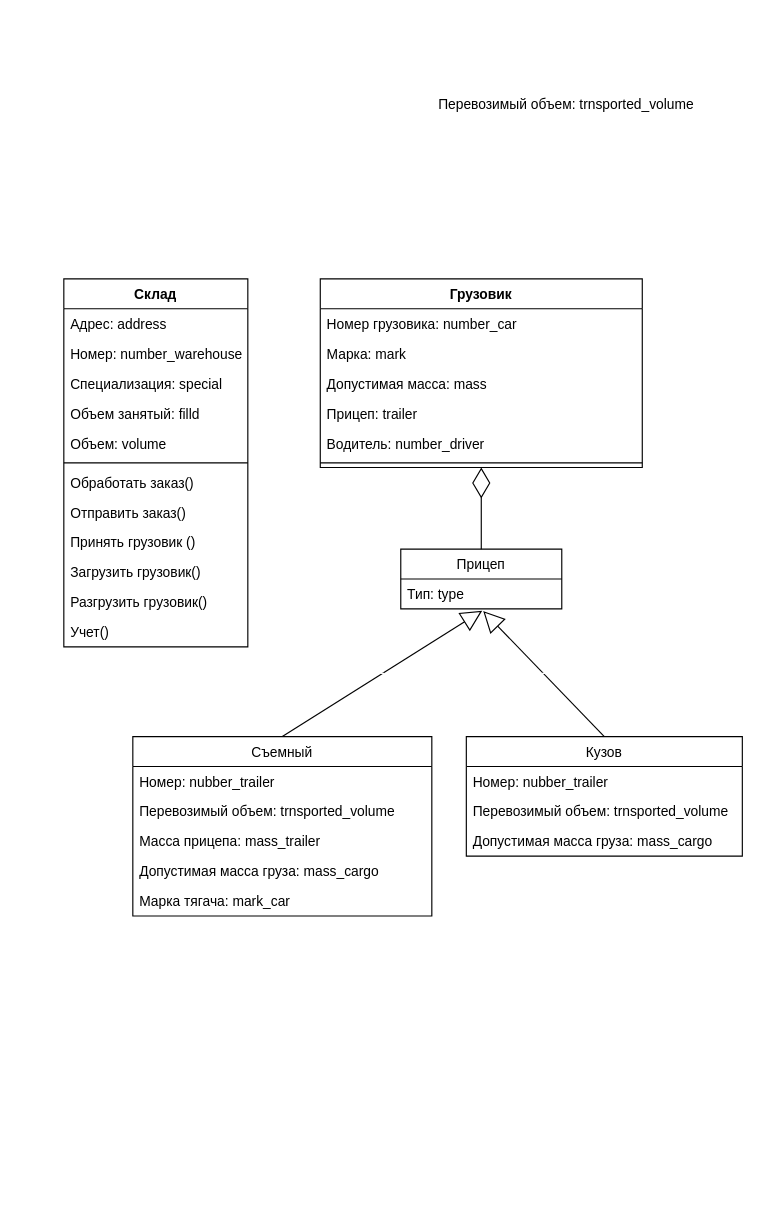
Skoft/App keeps this draw.io diagram as Untitled Diagram.drawio. Above is the earlier version. Source tidied: cells renumbered, new cells numbered last; positions are measured from the earlier drawing's top-left corner, leaving out a move shared by most shapes. Both pictures are drawn from the tidied source at 115%, with x=0, y=0 at pixel (63, 89).
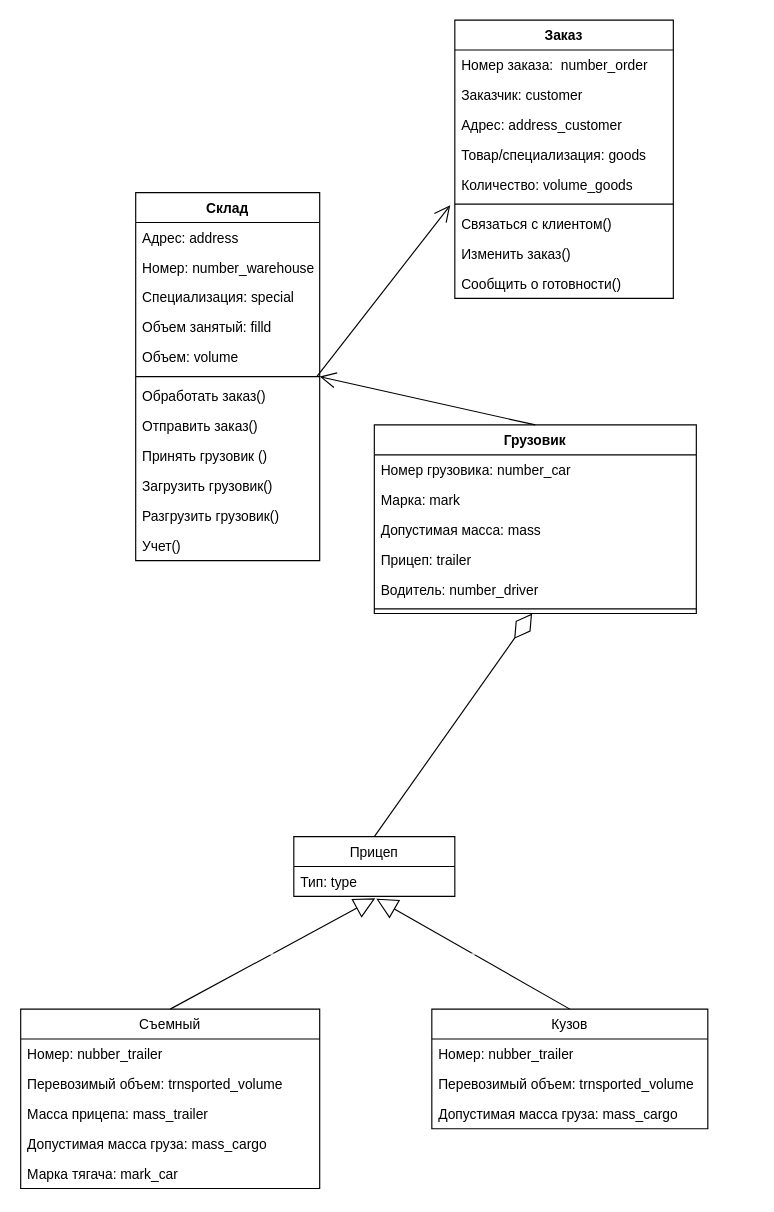
The same diagram, later.

What changed in the source:
```diff
@@
     <mxCell id="2" value="Склад" style="swimlane;fontStyle=1;align=center;verticalAlign=top;horizontal=1;startSize=26;" parent="1" vertex="1">
-      <mxGeometry y="165" width="160" height="320" as="geometry" />
+      <mxGeometry x="62.5" y="90" width="160" height="320" as="geometry" />
     </mxCell>
@@
     <mxCell id="15" value="Грузовик" style="swimlane;fontStyle=1;align=center;verticalAlign=top;horizontal=1;startSize=26;" parent="1" vertex="1">
-      <mxGeometry x="223" y="165" width="280" height="164" as="geometry" />
+      <mxGeometry x="270" y="292" width="280" height="164" as="geometry" />
     </mxCell>
@@
-    <mxCell id="22" value="Перевозимый объем: trnsported_volume" style="text;strokeColor=none;fillColor=none;align=left;verticalAlign=top;spacingLeft=4;spacingRight=4;overflow=hidden;" parent="1" vertex="1">
-      <mxGeometry x="320" width="280" height="26" as="geometry" />
-    </mxCell>
     <mxCell id="23" value="Прицеп" style="swimlane;fontStyle=0;horizontal=1;startSize=26;fillColor=none;" parent="1" vertex="1">
-      <mxGeometry x="293" y="400" width="140" height="52" as="geometry" />
+      <mxGeometry x="200" y="650" width="140" height="52" as="geometry" />
     </mxCell>
@@
     <mxCell id="25" value="Съемный" style="swimlane;fontStyle=0;horizontal=1;startSize=26;fillColor=none;" parent="1" vertex="1">
-      <mxGeometry x="60" y="563" width="260" height="156" as="geometry" />
+      <mxGeometry x="-37.5" y="800" width="260" height="156" as="geometry" />
     </mxCell>
@@
     <mxCell id="31" value="Кузов" style="swimlane;fontStyle=0;horizontal=1;startSize=26;fillColor=none;" parent="1" vertex="1">
-      <mxGeometry x="350" y="563" width="240" height="104" as="geometry" />
+      <mxGeometry x="320" y="800" width="240" height="104" as="geometry" />
     </mxCell>
@@
+    <mxCell id="38" value="Заказ" style="swimlane;fontStyle=1;align=center;verticalAlign=top;horizontal=1;startSize=26;" parent="1" vertex="1">
+      <mxGeometry x="340" y="-60" width="190" height="242" as="geometry" />
+    </mxCell>
+    <mxCell id="39" value="Номер заказа:  number_order" style="text;strokeColor=none;fillColor=none;align=left;verticalAlign=top;spacingLeft=4;spacingRight=4;overflow=hidden;" parent="38" vertex="1">
+      <mxGeometry y="26" width="190" height="26" as="geometry" />
+    </mxCell>
+    <mxCell id="40" value="Заказчик: customer" style="text;strokeColor=none;fillColor=none;align=left;verticalAlign=top;spacingLeft=4;spacingRight=4;overflow=hidden;" parent="38" vertex="1">
+      <mxGeometry y="52" width="190" height="26" as="geometry" />
+    </mxCell>
+    <mxCell id="41" value="Адрес: address_customer" style="text;strokeColor=none;fillColor=none;align=left;verticalAlign=top;spacingLeft=4;spacingRight=4;overflow=hidden;" parent="38" vertex="1">
+      <mxGeometry y="78" width="190" height="26" as="geometry" />
+    </mxCell>
+    <mxCell id="42" value="Товар/специализация: goods" style="text;strokeColor=none;fillColor=none;align=left;verticalAlign=top;spacingLeft=4;spacingRight=4;overflow=hidden;" parent="38" vertex="1">
+      <mxGeometry y="104" width="190" height="26" as="geometry" />
+    </mxCell>
+    <mxCell id="43" value="Количество: volume_goods" style="text;strokeColor=none;fillColor=none;align=left;verticalAlign=top;spacingLeft=4;spacingRight=4;overflow=hidden;points=[[0,0.5],[1,0.5]];portConstraint=eastwest;" parent="38" vertex="1">
+      <mxGeometry y="130" width="190" height="26" as="geometry" />
+    </mxCell>
+    <mxCell id="44" style="line;strokeWidth=1;fillColor=none;align=left;verticalAlign=middle;spacingTop=-1;spacingLeft=3;spacingRight=3;labelPosition=right;" parent="38" vertex="1">
+      <mxGeometry y="156" width="190" height="8" as="geometry" />
+    </mxCell>
+    <mxCell id="45" value="Связаться с клиентом()" style="text;strokeColor=none;fillColor=none;align=left;verticalAlign=top;spacingLeft=4;spacingRight=4;overflow=hidden;" parent="38" vertex="1">
+      <mxGeometry y="164" width="190" height="26" as="geometry" />
+    </mxCell>
+    <mxCell id="46" value="Изменить заказ()" style="text;strokeColor=none;fillColor=none;align=left;verticalAlign=top;spacingLeft=4;spacingRight=4;overflow=hidden;" parent="38" vertex="1">
+      <mxGeometry y="190" width="190" height="26" as="geometry" />
+    </mxCell>
+    <mxCell id="47" value="Сообщить о готовности()" style="text;strokeColor=none;fillColor=none;align=left;verticalAlign=top;spacingLeft=4;spacingRight=4;overflow=hidden;" parent="38" vertex="1">
+      <mxGeometry y="216" width="190" height="26" as="geometry" />
+    </mxCell>
+    <mxCell id="48" style="endArrow=open;endFill=1;endSize=12;html=1;exitX=0.5;exitY=0;exitDx=0;exitDy=0;entryX=1;entryY=0.5;entryDx=0;entryDy=0;" parent="1" edge="1" source="15" target="2">
+      <mxGeometry relative="1" as="geometry" />
+    </mxCell>
+    <mxCell id="49" style="endArrow=open;endFill=1;endSize=12;html=1;entryX=-0.021;entryY=1.192;entryDx=0;entryDy=0;entryPerimeter=0;" parent="1" edge="1" target="43">
+      <mxGeometry relative="1" as="geometry">
+        <mxPoint x="220" y="250" as="sourcePoint" />
+      </mxGeometry>
+    </mxCell>
```
